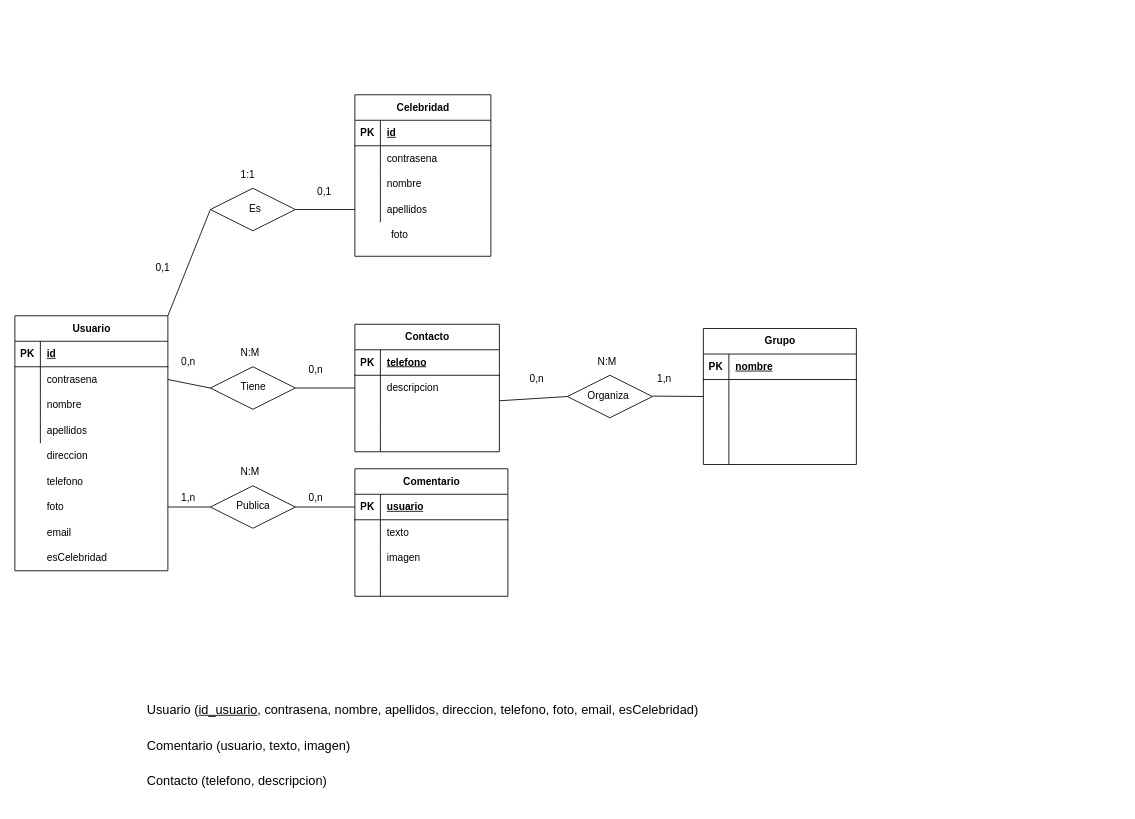
Earlier version of the draw.io diagram Ejercicio14.drawio (Daninuro/diagrames-cvf-dn-mpl-n-11102023). Source tidied: cells renumbered, new cells numbered last; positions are measured from the earlier drawing's top-left corner, leaving out a move shared by most shapes. Both pictures are drawn from the tidied source at 85%, with x=0, y=0 at pixel (14, 94).
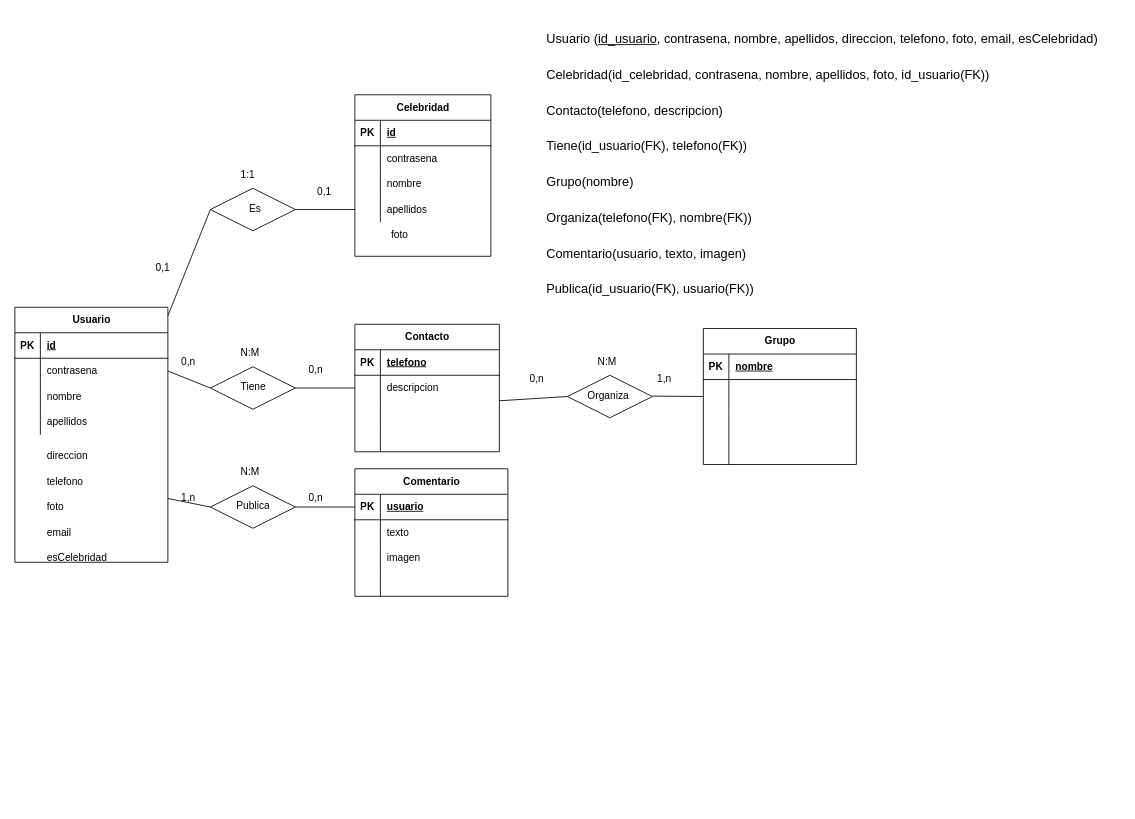
The same diagram, later.

What changed in the source:
```diff
@@
     <mxCell id="2" value="Usuario" style="shape=table;startSize=30;childLayout=tableLayout;rowLines=0;fontStyle=1;align=center;html=1;" parent="1" vertex="1">
-      <mxGeometry y="260" width="180" height="300" as="geometry" />
+      <mxGeometry y="250" width="180" height="300" as="geometry" />
     </mxCell>
@@
-    <mxCell id="102" value="&lt;p style=&quot;text-align: justify; line-height: 180%; font-size: 15px;&quot;&gt;Usuario (&lt;u&gt;id_usuario&lt;/u&gt;, contrasena, nombre, apellidos, direccion, telefono, foto, email, esCelebridad)&lt;/p&gt;&lt;p style=&quot;text-align: justify; line-height: 180%; font-size: 15px;&quot;&gt;Comentario (usuario, texto, imagen)&lt;/p&gt;&lt;p style=&quot;text-align: justify; line-height: 180%; font-size: 15px;&quot;&gt;Contacto (telefono, descripcion)&lt;/p&gt;" style="text;html=1;strokeColor=none;fillColor=none;align=center;verticalAlign=middle;whiteSpace=wrap;rounded=0;" parent="1" vertex="1">
-      <mxGeometry x="130" y="700" width="700" height="130" as="geometry" />
+    <mxCell id="102" value="&lt;p style=&quot;text-align: justify; line-height: 180%; font-size: 15px;&quot;&gt;Usuario (&lt;u&gt;id_usuario&lt;/u&gt;, contrasena, nombre, apellidos, direccion, telefono, foto, email, esCelebridad)&lt;/p&gt;&lt;p style=&quot;text-align: justify; line-height: 180%; font-size: 15px;&quot;&gt;Celebridad(id_celebridad, contrasena, nombre, apellidos, foto, id_usuario(FK))&lt;/p&gt;&lt;p style=&quot;text-align: justify; line-height: 180%; font-size: 15px;&quot;&gt;Contacto(telefono, descripcion)&lt;/p&gt;&lt;p style=&quot;text-align: justify; line-height: 180%; font-size: 15px;&quot;&gt;Tiene(id_usuario(FK), telefono(FK))&lt;/p&gt;&lt;p style=&quot;text-align: justify; line-height: 180%; font-size: 15px;&quot;&gt;Grupo(nombre)&lt;/p&gt;&lt;p style=&quot;text-align: justify; line-height: 180%; font-size: 15px;&quot;&gt;Organiza(telefono(FK), nombre(FK))&lt;/p&gt;&lt;p style=&quot;text-align: justify; line-height: 180%; font-size: 15px;&quot;&gt;Comentario(usuario, texto, imagen)&lt;/p&gt;&lt;p style=&quot;text-align: justify; line-height: 180%; font-size: 15px;&quot;&gt;Publica(id_usuario(FK), usuario(FK))&lt;/p&gt;" style="text;html=1;strokeColor=none;fillColor=none;align=center;verticalAlign=middle;whiteSpace=wrap;rounded=0;" parent="1" vertex="1">
+      <mxGeometry x="600" y="-79" width="700" height="320" as="geometry" />
     </mxCell>
```
